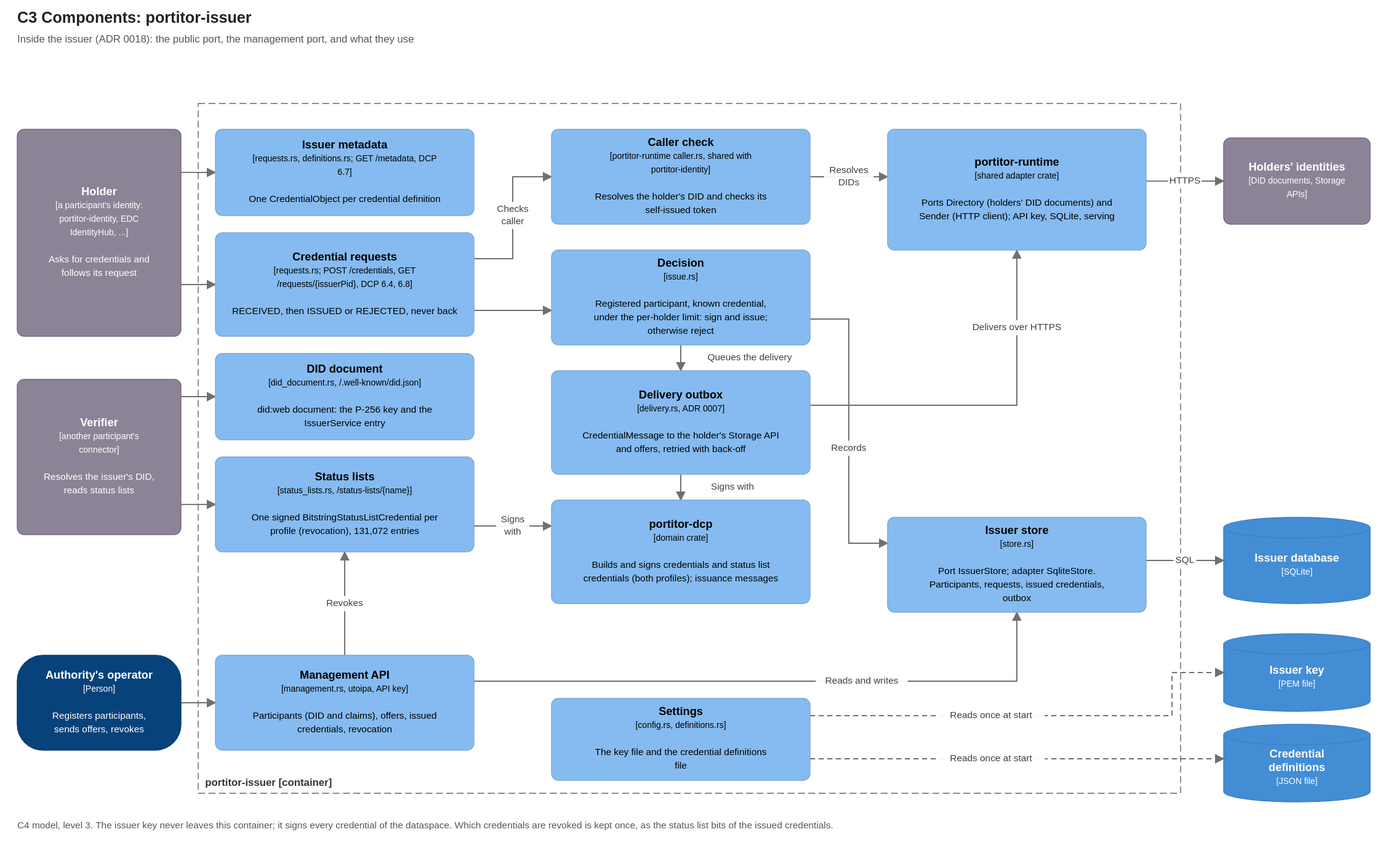
brunopacheco1/ldsc keeps this draw.io diagram as docs/diagrams/c3-issuer-components.drawio.svg. Above is the earlier version. Source tidied: cells renumbered, new cells last; positions are measured from the earlier drawing's top-left corner, leaving out a move shared by most shapes.
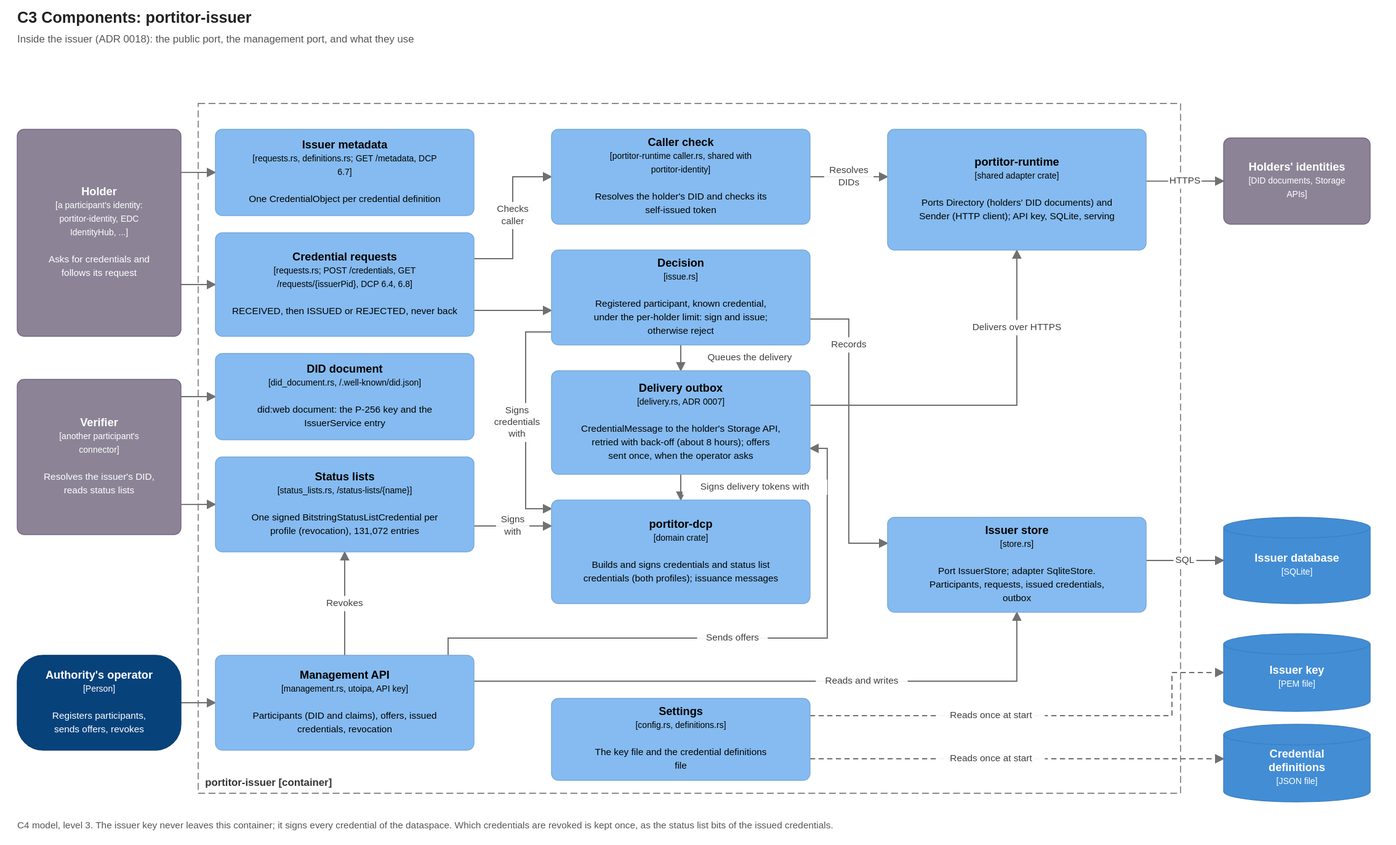
After the change.

What changed in the source:
```diff
@@ -35,7 +35,7 @@
     <mxCell id="12" value="&lt;b&gt;Decision&lt;/b&gt;&lt;br&gt;&lt;font style=&quot;font-size:10px&quot;&gt;[issue.rs]&lt;/font&gt;&lt;br&gt;&lt;br&gt;&lt;font style=&quot;font-size:11px&quot;&gt;Registered participant, known credential, under the per-holder limit: sign and issue; otherwise reject&lt;/font&gt;" style="rounded=1;arcSize=8;whiteSpace=wrap;html=1;fillColor=#85BBF0;strokeColor=#78A8D8;fontColor=#000000;fontSize=13;align=center;verticalAlign=middle;c4Kind=component;c4Name=Decision;" parent="1" vertex="1">
       <mxGeometry x="620" y="170" width="300" height="110" as="geometry" />
     </mxCell>
-    <mxCell id="13" value="&lt;b&gt;Delivery outbox&lt;/b&gt;&lt;br&gt;&lt;font style=&quot;font-size:10px&quot;&gt;[delivery.rs, ADR 0007]&lt;/font&gt;&lt;br&gt;&lt;br&gt;&lt;font style=&quot;font-size:11px&quot;&gt;CredentialMessage to the holder&amp;#x27;s Storage API and offers, retried with back-off&lt;/font&gt;" style="rounded=1;arcSize=8;whiteSpace=wrap;html=1;fillColor=#85BBF0;strokeColor=#78A8D8;fontColor=#000000;fontSize=13;align=center;verticalAlign=middle;c4Kind=component;c4Name=Delivery outbox;" parent="1" vertex="1">
+    <mxCell id="13" value="&lt;b&gt;Delivery outbox&lt;/b&gt;&lt;br&gt;&lt;font style=&quot;font-size:10px&quot;&gt;[delivery.rs, ADR 0007]&lt;/font&gt;&lt;br&gt;&lt;br&gt;&lt;font style=&quot;font-size:11px&quot;&gt;CredentialMessage to the holder&amp;#x27;s Storage API, retried with back-off (about 8 hours); offers sent once, when the operator asks&lt;/font&gt;" style="rounded=1;arcSize=8;whiteSpace=wrap;html=1;fillColor=#85BBF0;strokeColor=#78A8D8;fontColor=#000000;fontSize=13;align=center;verticalAlign=middle;c4Kind=component;c4Name=Delivery outbox;" parent="1" vertex="1">
       <mxGeometry x="620" y="310" width="300" height="120" as="geometry" />
     </mxCell>
     <mxCell id="14" value="&lt;b&gt;portitor-dcp&lt;/b&gt;&lt;br&gt;&lt;font style=&quot;font-size:10px&quot;&gt;[domain crate]&lt;/font&gt;&lt;br&gt;&lt;br&gt;&lt;font style=&quot;font-size:11px&quot;&gt;Builds and signs credentials and status list credentials (both profiles); issuance messages&lt;/font&gt;" style="rounded=1;arcSize=8;whiteSpace=wrap;html=1;fillColor=#85BBF0;strokeColor=#78A8D8;fontColor=#000000;fontSize=13;align=center;verticalAlign=middle;c4Kind=component;c4Name=portitor-dcp;" parent="1" vertex="1">
@@ -91,7 +91,7 @@
     <mxCell id="29" value="Queues the delivery" style="endArrow=blockThin;endFill=1;html=1;rounded=0;strokeColor=#707070;fontSize=11;fontColor=#404040;labelBackgroundColor=#FFFFFF;exitX=0.500;exitY=1.000;exitPerimeter=0;entryX=0.500;entryY=0.000;entryPerimeter=0;" parent="1" edge="1" source="12" target="13">
       <mxGeometry relative="1" as="geometry" />
     </mxCell>
-    <mxCell id="30" value="Signs with" style="endArrow=blockThin;endFill=1;html=1;rounded=0;strokeColor=#707070;fontSize=11;fontColor=#404040;labelBackgroundColor=#FFFFFF;exitX=0.500;exitY=1.000;exitPerimeter=0;entryX=0.500;entryY=0.000;entryPerimeter=0;" parent="1" edge="1" source="13" target="14">
+    <mxCell id="30" value="Signs delivery tokens with" style="endArrow=blockThin;endFill=1;html=1;rounded=0;strokeColor=#707070;fontSize=11;fontColor=#404040;labelBackgroundColor=#FFFFFF;exitX=0.500;exitY=1.000;exitPerimeter=0;entryX=0.500;entryY=0.000;entryPerimeter=0;" parent="1" edge="1" source="13" target="14">
       <mxGeometry relative="1" as="geometry" />
     </mxCell>
     <mxCell id="31" value="Signs with" style="endArrow=blockThin;endFill=1;html=1;rounded=0;strokeColor=#707070;fontSize=11;fontColor=#404040;labelBackgroundColor=#FFFFFF;exitX=1.000;exitY=0.727;exitPerimeter=0;entryX=0.000;entryY=0.250;entryPerimeter=0;" parent="1" edge="1" source="9" target="14">
@@ -145,5 +145,22 @@
     <mxCell id="41" value="C4 model, level 3. The issuer key never leaves this container; it signs every credential of the dataspace. Which credentials are revoked is kept once, as the status list bits of the issued credentials." style="text;html=1;align=left;verticalAlign=top;fontSize=11;fontColor=#555555;whiteSpace=wrap;" parent="1" vertex="1">
       <mxGeometry y="820" width="1580" height="40" as="geometry" />
     </mxCell>
+    <mxCell id="42" value="Signs credentials with" style="endArrow=blockThin;endFill=1;html=1;rounded=0;strokeColor=#707070;fontSize=11;fontColor=#404040;labelBackgroundColor=#FFFFFF;exitX=0.000;exitY=0.864;exitPerimeter=0;entryX=0.000;entryY=0.083;entryPerimeter=0;" parent="1" edge="1" source="12" target="14">
+      <mxGeometry relative="1" as="geometry">
+        <Array as="points">
+          <mxPoint x="590" y="265" />
+          <mxPoint x="590" y="470" />
+        </Array>
+      </mxGeometry>
+    </mxCell>
+    <mxCell id="43" value="Sends offers" style="endArrow=blockThin;endFill=1;html=1;rounded=0;strokeColor=#707070;fontSize=11;fontColor=#404040;labelBackgroundColor=#FFFFFF;exitX=0.900;exitY=0.000;exitPerimeter=0;entryX=1.000;entryY=0.750;entryPerimeter=0;" parent="1" edge="1" source="10" target="13">
+      <mxGeometry relative="1" as="geometry">
+        <Array as="points">
+          <mxPoint x="500" y="620" />
+          <mxPoint x="940" y="620" />
+          <mxPoint x="940" y="400" />
+        </Array>
+      </mxGeometry>
+    </mxCell>
   </root>
 </mxGraphModel>
```
